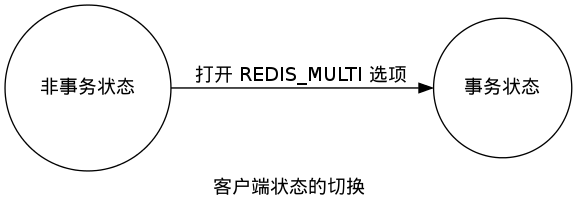
Above: feature/image/non_transaction_to_transaction.png in huangzworks/redisbook (Graphviz), before the change. Its source is kept beside it as feature/image/non_transaction_to_transaction.dot. Its diagram source:
```dot
digraph normal_to_transaction {
    rankdir = LR;
    node [shape = circle];

    label = "客户端状态的切换";

    normal [label = "非事务状态"];

    transaction [label = "事务状态"];

    normal -> transaction [label = "打开 REDIS_MULTI 选项"];
}
```
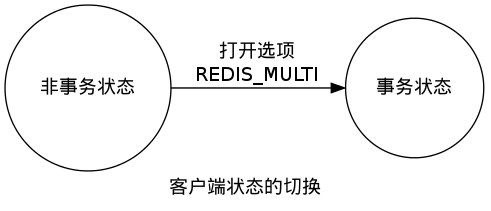
After the commit.

What changed in the source:
```diff
@@ -8,5 +8,5 @@
 
     transaction [label = "事务状态"];
 
-    normal -> transaction [label = "打开 REDIS_MULTI 选项"];
+    normal -> transaction [label = "打开选项\nREDIS_MULTI"];
 }
```
